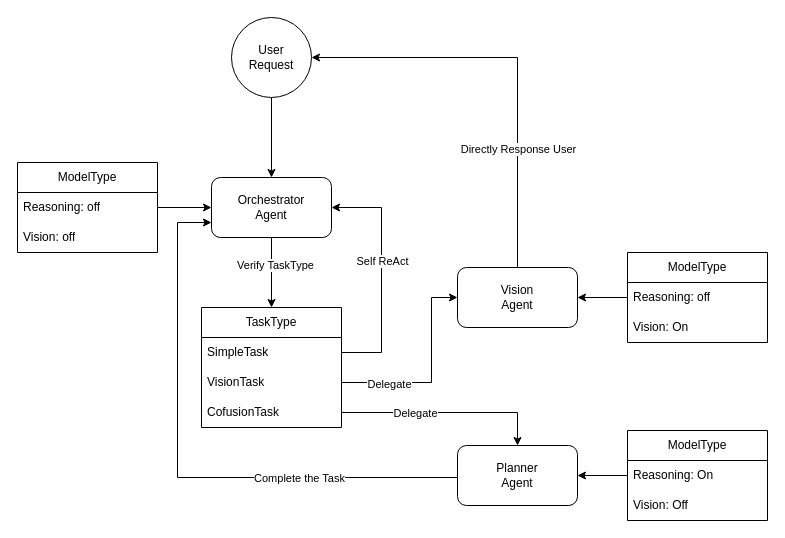
This is smart_home_agent.drawio from Chrischenny/drawio, a draw.io file, before an edit. Source tidied: cells renumbered, new cells numbered last; positions are measured from the earlier drawing's top-left corner, leaving out a move shared by most shapes. Both pictures are drawn from the tidied source at 100%, with x=0, y=0 at pixel (17, 17).
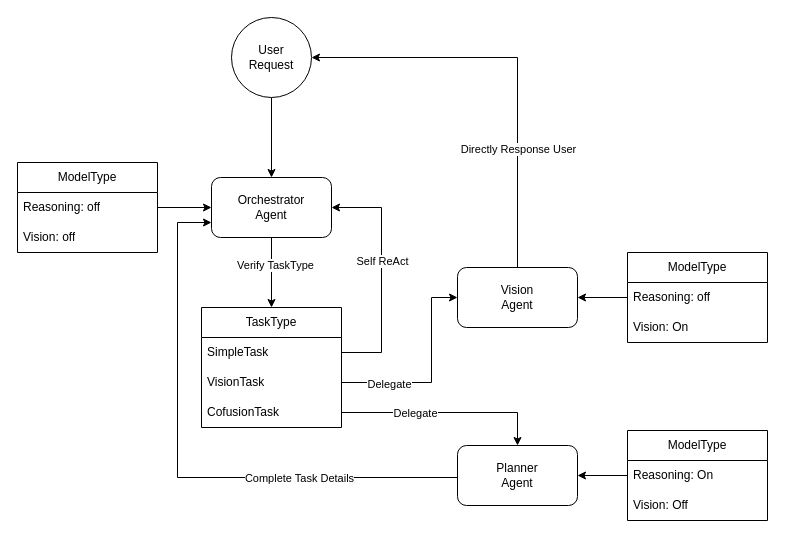
The same page after the edit.

The change refers to these unchanged cells:
```xml
<mxCell id="18" style="edgeStyle=orthogonalEdgeStyle;rounded=0;jettySize=auto;html=1;entryX=0;entryY=0.75;entryDx=0;entryDy=0;" parent="1" edge="1" source="20" target="6">
  <mxGeometry relative="1" as="geometry">
    <Array as="points">
      <mxPoint x="160" y="460" />
      <mxPoint x="160" y="205" />
    </Array>
  </mxGeometry>
</mxCell>
```

What changed in the source:
```diff
@@
-    <mxCell id="19" value="Complete the Task" style="edgeLabel;html=1;align=center;verticalAlign=middle;" parent="18" vertex="1">
+    <mxCell id="19" value="Complete Task Details" style="edgeLabel;html=1;align=center;verticalAlign=middle;" parent="18" vertex="1">
       <mxGeometry x="-0.49" y="-3" relative="1" as="geometry">
         <mxPoint x="-14" y="3" as="offset" />
       </mxGeometry>
     </mxCell>
```
